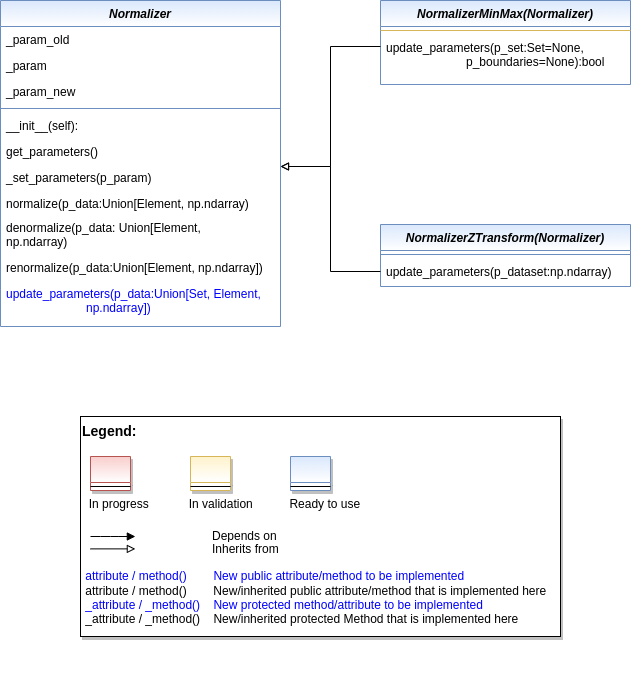
fhswf/MLPro keeps this draw.io diagram as doc/rtd/content/append2/core/images/bf/MLPro-BF-Math-Normalizers_class_diagram.drawio.png. Above is the earlier version. Source tidied: cells renumbered, new cells last; positions are measured from the earlier drawing's top-left corner, leaving out a move shared by most shapes.
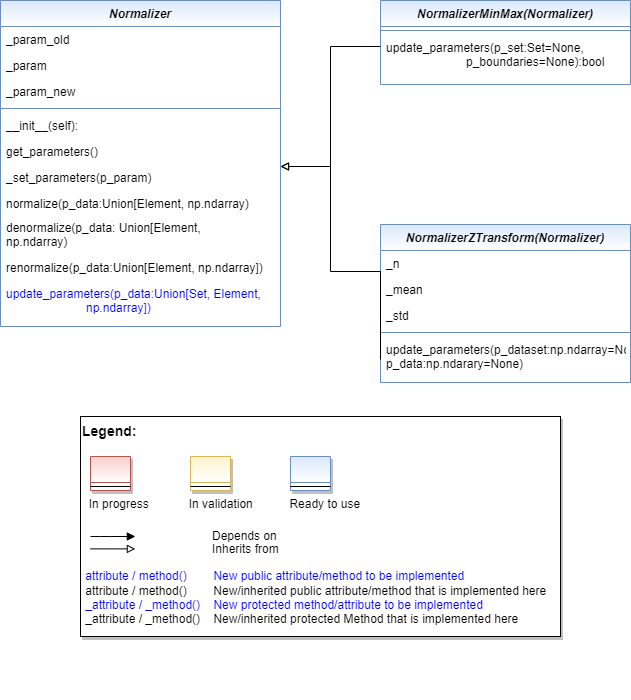
After the change.

The edit, as a diff of the source:
```diff
@@ -41,7 +41,7 @@
     <mxCell id="14" value="NormalizerMinMax(Normalizer)" style="swimlane;fontStyle=3;align=center;verticalAlign=top;horizontal=1;startSize=26;rounded=0;shadow=0;strokeWidth=1;fillColor=#dae8fc;strokeColor=#6c8ebf;gradientColor=#FFFFFF;" parent="1" vertex="1">
       <mxGeometry x="380" width="250" height="84" as="geometry" />
     </mxCell>
-    <mxCell id="15" style="line;html=1;strokeWidth=1;align=left;verticalAlign=middle;spacingTop=-1;spacingLeft=3;spacingRight=3;labelPosition=right;fillColor=#fff2cc;strokeColor=#d6b656;gradientColor=#FFFFFF;" parent="14" vertex="1">
+    <mxCell id="15" style="line;html=1;strokeWidth=1;align=left;verticalAlign=middle;spacingTop=-1;spacingLeft=3;spacingRight=3;labelPosition=right;fillColor=#dae8fc;strokeColor=#6c8ebf;" parent="14" vertex="1">
       <mxGeometry y="26" width="250" height="8" as="geometry" />
     </mxCell>
     <mxCell id="16" value="update_parameters(p_set:Set=None,                         p_boundaries=None):bool" style="text;align=left;verticalAlign=top;spacingLeft=4;spacingRight=4;overflow=hidden;fontColor=#000000;whiteSpace=wrap;" parent="14" vertex="1">
@@ -57,13 +57,22 @@
       </mxGeometry>
     </mxCell>
     <mxCell id="18" value="NormalizerZTransform(Normalizer)" style="swimlane;fontStyle=3;align=center;verticalAlign=top;horizontal=1;startSize=26;rounded=0;shadow=0;strokeWidth=1;fillColor=#dae8fc;strokeColor=#6c8ebf;gradientColor=#FFFFFF;" parent="1" vertex="1">
-      <mxGeometry x="380" y="224" width="250" height="62" as="geometry" />
+      <mxGeometry x="380" y="224" width="250" height="158" as="geometry" />
     </mxCell>
+    <mxCell id="32" value="_n" style="text;align=left;verticalAlign=top;spacingLeft=4;spacingRight=4;overflow=hidden;rounded=0;shadow=0;html=0;" parent="18" vertex="1">
+      <mxGeometry y="26" width="250" height="26" as="geometry" />
+    </mxCell>
+    <mxCell id="33" value="_mean" style="text;align=left;verticalAlign=top;spacingLeft=4;spacingRight=4;overflow=hidden;rounded=0;shadow=0;html=0;" parent="18" vertex="1">
+      <mxGeometry y="52" width="250" height="26" as="geometry" />
+    </mxCell>
+    <mxCell id="34" value="_std" style="text;align=left;verticalAlign=top;spacingLeft=4;spacingRight=4;overflow=hidden;rounded=0;shadow=0;html=0;" parent="18" vertex="1">
+      <mxGeometry y="78" width="250" height="26" as="geometry" />
+    </mxCell>
     <mxCell id="19" style="line;html=1;strokeWidth=1;align=left;verticalAlign=middle;spacingTop=-1;spacingLeft=3;spacingRight=3;labelPosition=right;fillColor=#dae8fc;strokeColor=#6c8ebf;gradientColor=#FFFFFF;" parent="18" vertex="1">
-      <mxGeometry y="26" width="250" height="8" as="geometry" />
+      <mxGeometry y="104" width="250" height="8" as="geometry" />
     </mxCell>
-    <mxCell id="20" value="update_parameters(p_dataset:np.ndarray)" style="text;align=left;verticalAlign=top;spacingLeft=4;spacingRight=4;overflow=hidden;points=[[0,0.5],[1,0.5]];portConstraint=eastwest;fontColor=#000000;" parent="18" vertex="1">
-      <mxGeometry y="34" width="250" height="26" as="geometry" />
+    <mxCell id="20" value="update_parameters(p_dataset:np.ndarray=None, p_data:np.ndarary=None)" style="text;align=left;verticalAlign=top;spacingLeft=4;spacingRight=4;overflow=hidden;points=[[0,0.5],[1,0.5]];portConstraint=eastwest;fontColor=#000000;whiteSpace=wrap;" parent="18" vertex="1">
+      <mxGeometry y="112" width="250" height="46" as="geometry" />
     </mxCell>
     <mxCell id="21" style="edgeStyle=orthogonalEdgeStyle;rounded=0;jettySize=auto;html=1;fontColor=#000000;endArrow=block;endFill=0;exitX=0;exitY=0.5;exitDx=0;exitDy=0;" parent="1" edge="1" source="20">
       <mxGeometry relative="1" as="geometry">
```
